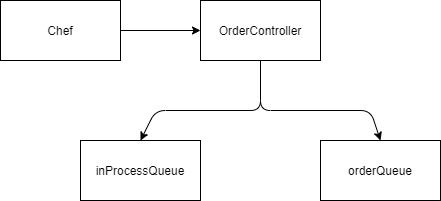
Earlier version of the draw.io export images/CashierChart.png (nsnyder1992/OrderProcessingSystem). Source tidied: cells renumbered, new cells last; positions are measured from the earlier drawing's top-left corner, leaving out a move shared by most shapes. Its diagram source:
```xml
<mxGraphModel>
  <root>
    <mxCell id="0" />
    <mxCell id="1" parent="0" />
    <mxCell id="2" value="Chef" style="rounded=0;whiteSpace=wrap;html=1;" parent="1" vertex="1">
      <mxGeometry width="120" height="60" as="geometry" />
    </mxCell>
    <mxCell id="3" value="OrderController" style="rounded=0;whiteSpace=wrap;html=1;" parent="1" vertex="1">
      <mxGeometry x="200" width="120" height="60" as="geometry" />
    </mxCell>
    <mxCell id="4" style="endArrow=classic;html=1;exitX=1;exitY=0.5;exitDx=0;exitDy=0;entryX=0;entryY=0.5;entryDx=0;entryDy=0;" parent="1" edge="1" source="2" target="3">
      <mxGeometry relative="1" as="geometry" />
    </mxCell>
    <mxCell id="5" style="endArrow=classic;html=1;exitX=0.5;exitY=1;exitDx=0;exitDy=0;entryX=0.5;entryY=0;entryDx=0;entryDy=0;" parent="1" edge="1" source="3" target="6">
      <mxGeometry relative="1" as="geometry">
        <Array as="points">
          <mxPoint x="260" y="110" />
          <mxPoint x="370" y="110" />
        </Array>
      </mxGeometry>
    </mxCell>
    <mxCell id="6" value="orderQueue" style="rounded=0;whiteSpace=wrap;html=1;" parent="1" vertex="1">
      <mxGeometry x="320" y="140" width="120" height="60" as="geometry" />
    </mxCell>
    <mxCell id="7" value="inProcessQueue" style="rounded=0;whiteSpace=wrap;html=1;" parent="1" vertex="1">
      <mxGeometry x="80" y="140" width="120" height="60" as="geometry" />
    </mxCell>
    <mxCell id="8" style="endArrow=classic;html=1;exitX=0.5;exitY=1;exitDx=0;exitDy=0;entryX=0.5;entryY=0;entryDx=0;entryDy=0;" parent="1" edge="1" source="3" target="7">
      <mxGeometry relative="1" as="geometry">
        <Array as="points">
          <mxPoint x="260" y="110" />
          <mxPoint x="155" y="110" />
        </Array>
      </mxGeometry>
    </mxCell>
  </root>
</mxGraphModel>
```
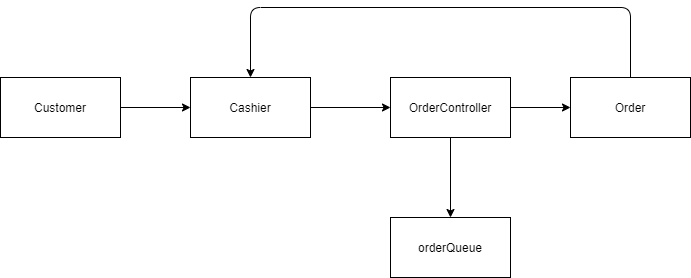
Above is the later version.

The edit, as a diff of the source:
```diff
@@ -2,36 +2,40 @@
   <root>
     <mxCell id="0" />
     <mxCell id="1" parent="0" />
-    <mxCell id="2" value="Chef" style="rounded=0;whiteSpace=wrap;html=1;" parent="1" vertex="1">
+    <mxCell id="2" value="Cashier" style="rounded=0;whiteSpace=wrap;html=1;" parent="1" vertex="1">
       <mxGeometry width="120" height="60" as="geometry" />
     </mxCell>
+    <mxCell id="5" style="edgeStyle=orthogonalEdgeStyle;rounded=0;jettySize=auto;html=1;" parent="1" edge="1" source="3" target="6">
+      <mxGeometry relative="1" as="geometry" />
+    </mxCell>
     <mxCell id="3" value="OrderController" style="rounded=0;whiteSpace=wrap;html=1;" parent="1" vertex="1">
       <mxGeometry x="200" width="120" height="60" as="geometry" />
     </mxCell>
     <mxCell id="4" style="endArrow=classic;html=1;exitX=1;exitY=0.5;exitDx=0;exitDy=0;entryX=0;entryY=0.5;entryDx=0;entryDy=0;" parent="1" edge="1" source="2" target="3">
       <mxGeometry relative="1" as="geometry" />
     </mxCell>
-    <mxCell id="5" style="endArrow=classic;html=1;exitX=0.5;exitY=1;exitDx=0;exitDy=0;entryX=0.5;entryY=0;entryDx=0;entryDy=0;" parent="1" edge="1" source="3" target="6">
-      <mxGeometry relative="1" as="geometry">
-        <Array as="points">
-          <mxPoint x="260" y="110" />
-          <mxPoint x="370" y="110" />
-        </Array>
-      </mxGeometry>
-    </mxCell>
-    <mxCell id="6" value="orderQueue" style="rounded=0;whiteSpace=wrap;html=1;" parent="1" vertex="1">
-      <mxGeometry x="320" y="140" width="120" height="60" as="geometry" />
+    <mxCell id="6" value="Order" style="rounded=0;whiteSpace=wrap;html=1;" parent="1" vertex="1">
+      <mxGeometry x="380" width="120" height="60" as="geometry" />
     </mxCell>
-    <mxCell id="7" value="inProcessQueue" style="rounded=0;whiteSpace=wrap;html=1;" parent="1" vertex="1">
-      <mxGeometry x="80" y="140" width="120" height="60" as="geometry" />
+    <mxCell id="7" value="&lt;span&gt;orderQueue&lt;/span&gt;" style="rounded=0;whiteSpace=wrap;html=1;" parent="1" vertex="1">
+      <mxGeometry x="200" y="140" width="120" height="60" as="geometry" />
     </mxCell>
+    <mxCell id="9" style="edgeStyle=orthogonalEdgeStyle;rounded=0;jettySize=auto;html=1;" parent="1" edge="1" source="10" target="2">
+      <mxGeometry relative="1" as="geometry" />
+    </mxCell>
+    <mxCell id="10" value="Customer" style="rounded=0;whiteSpace=wrap;html=1;" parent="1" vertex="1">
+      <mxGeometry x="-190" width="120" height="60" as="geometry" />
+    </mxCell>
     <mxCell id="8" style="endArrow=classic;html=1;exitX=0.5;exitY=1;exitDx=0;exitDy=0;entryX=0.5;entryY=0;entryDx=0;entryDy=0;" parent="1" edge="1" source="3" target="7">
-      <mxGeometry relative="1" as="geometry">
-        <Array as="points">
-          <mxPoint x="260" y="110" />
-          <mxPoint x="155" y="110" />
-        </Array>
-      </mxGeometry>
+      <mxGeometry relative="1" as="geometry" />
     </mxCell>
+    <mxCell id="11" style="endArrow=classic;html=1;exitX=0.5;exitY=0;exitDx=0;exitDy=0;entryX=0.5;entryY=0;entryDx=0;entryDy=0;" parent="1" edge="1" source="6" target="2">
+      <mxGeometry relative="1" as="geometry">
+        <Array as="points">
+          <mxPoint x="440" y="-70" />
+          <mxPoint x="60" y="-70" />
+        </Array>
+      </mxGeometry>
+    </mxCell>
   </root>
 </mxGraphModel>
```
